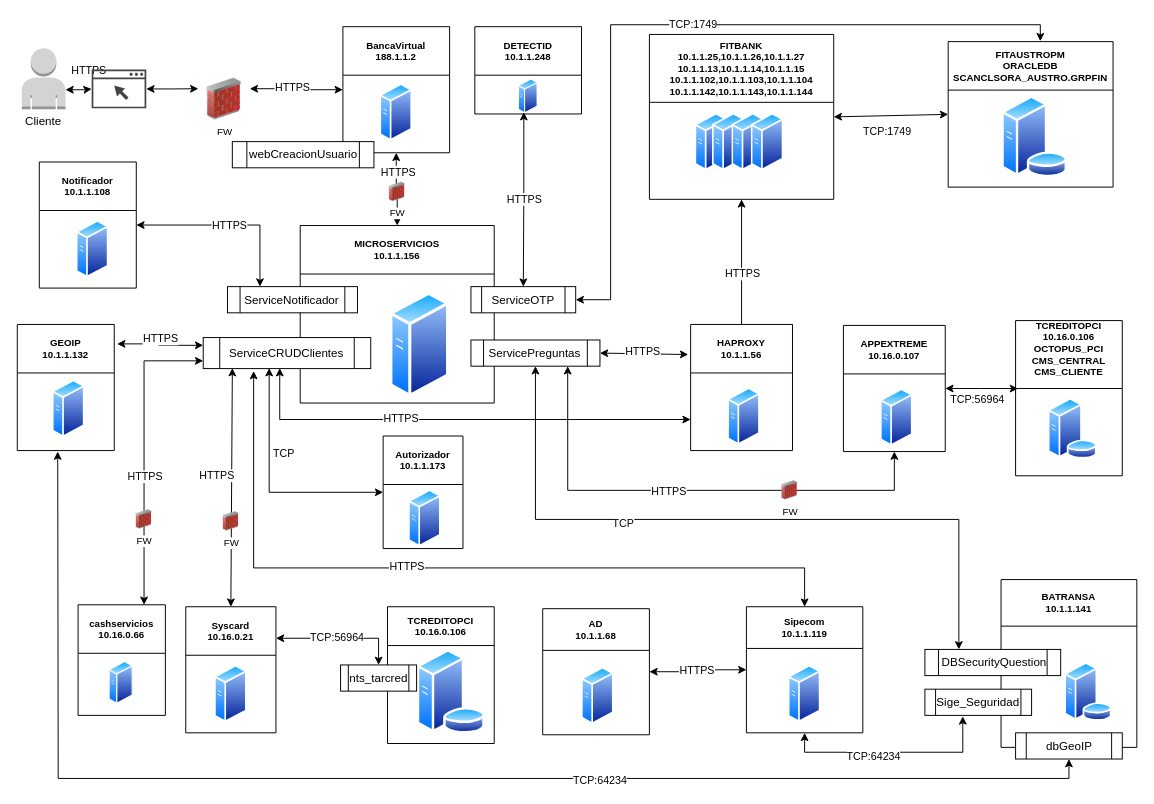
Earlier version of the draw.io diagram page "Page-1" (1 of 12) of UnificacionTransferencias.drawio (wrocanoba/wrocanoba). Source tidied: cells renumbered, new cells numbered last; positions are measured from the earlier drawing's top-left corner, leaving out a move shared by most shapes. Both pictures are drawn from the tidied source at 97%, with x=0, y=0 at pixel (16, 24).
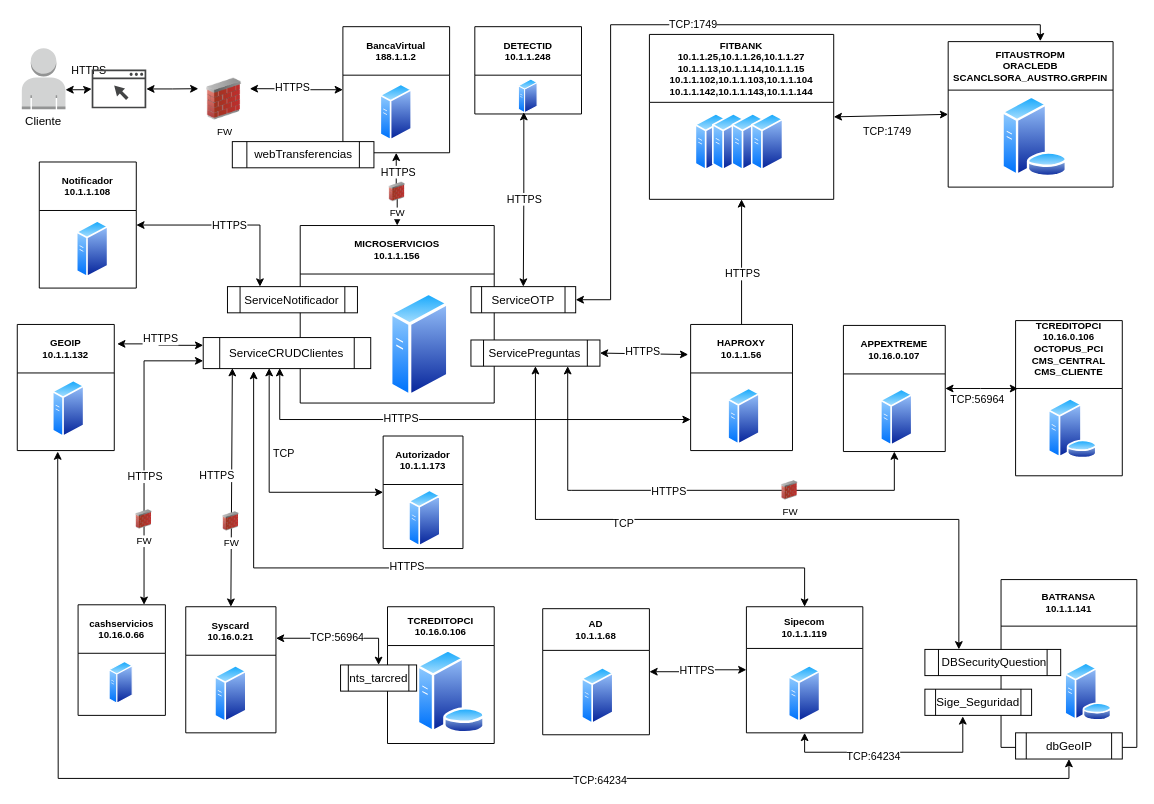
After the change.

What changed in the source:
```diff
@@
-    <mxCell id="94" value="webCreacionUsuario" style="shape=process;whiteSpace=wrap;html=1;backgroundOutline=1;" parent="1" vertex="1">
+    <mxCell id="94" value="webTransferencias" style="shape=process;whiteSpace=wrap;html=1;backgroundOutline=1;" parent="1" vertex="1">
       <mxGeometry x="222" y="120.5" width="146" height="27" as="geometry" />
     </mxCell>
```
